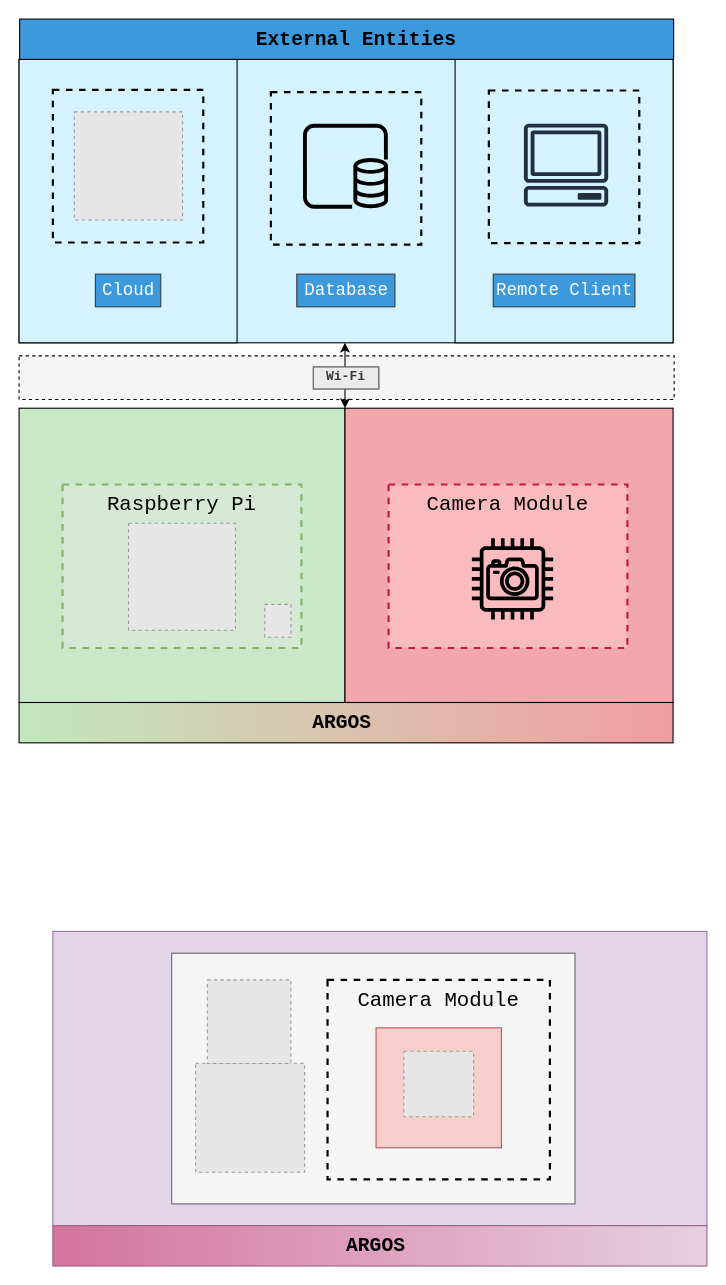
The draw.io diagram 2. Analysis/1. System Overview/system_overview.drawio in esrg-silent-howl/argos, before the edit. Source tidied: cells renumbered, new cells numbered last; positions are measured from the earlier drawing's top-left corner, leaving out a move shared by most shapes. Both pictures are drawn from the tidied source at 109%, with x=0, y=0 at pixel (19, 19). Pictures stored in the file or linked from it are replaced by grey dashed boxes.
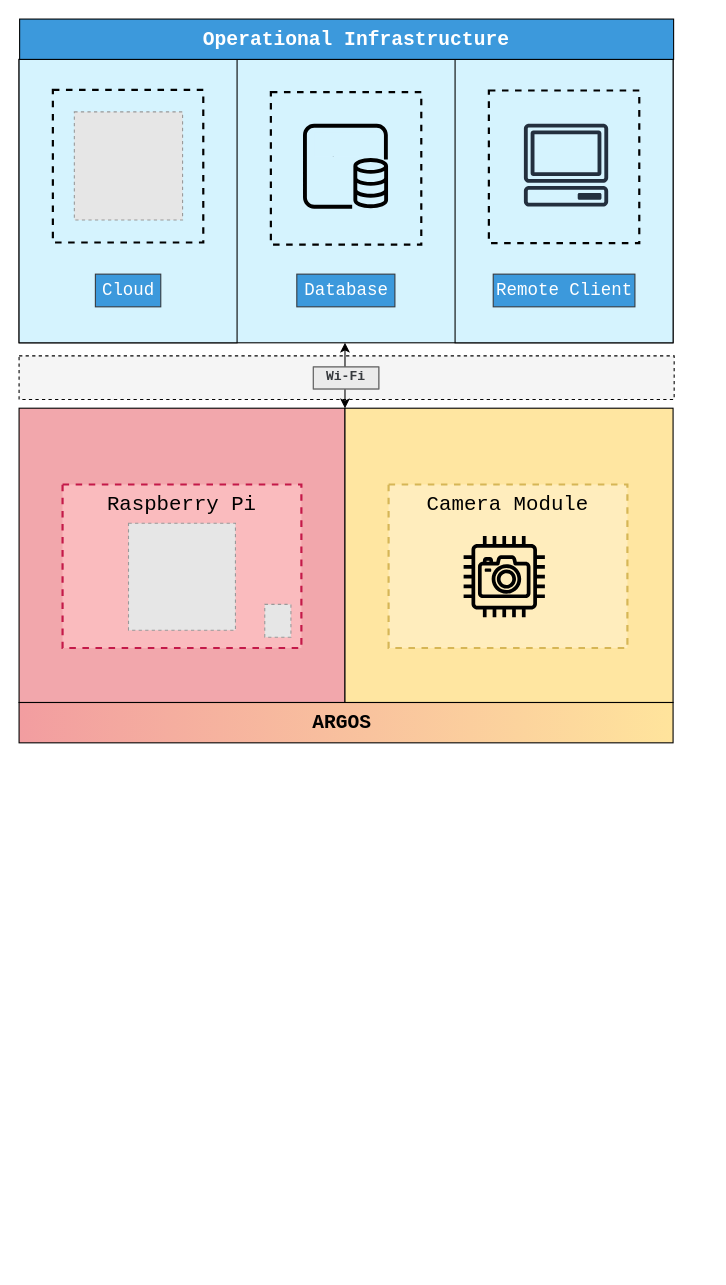
The same diagram, later.

Commit message (it also covers changes not shown here):
ADD: Minor aesthetic and functional tweaks in the software architecture schematic

Diff of the diagram source:
```diff
@@
-    <mxCell id="2" style="rounded=0;whiteSpace=wrap;html=1;fontFamily=Courier New;fillColor=#C8E8C8;" parent="1" vertex="1">
+    <mxCell id="2" style="rounded=0;whiteSpace=wrap;html=1;fontFamily=Courier New;fillColor=#F2A7AC;" parent="1" vertex="1">
       <mxGeometry y="357" width="299" height="270" as="geometry" />
     </mxCell>
-    <mxCell id="3" style="rounded=0;whiteSpace=wrap;html=1;fontFamily=Courier New;fillColor=#F2A7AC;" parent="1" vertex="1">
+    <mxCell id="3" style="rounded=0;whiteSpace=wrap;html=1;fontFamily=Courier New;fillColor=#FFE6A1;" parent="1" vertex="1">
       <mxGeometry x="299" y="357" width="301" height="270" as="geometry" />
     </mxCell>
-    <mxCell id="4" value="&lt;span style=&quot;font-family: &amp;#34;consolas&amp;#34;&quot;&gt;Raspberry Pi&lt;/span&gt;" style="rounded=0;whiteSpace=wrap;html=1;dashed=1;strokeWidth=2;verticalAlign=top;fontSize=19;align=center;spacingLeft=0;fillColor=#d5e8d4;strokeColor=#82b366;" parent="1" vertex="1">
+    <mxCell id="4" value="&lt;span style=&quot;font-family: &amp;#34;consolas&amp;#34;&quot;&gt;Raspberry Pi&lt;/span&gt;" style="rounded=0;whiteSpace=wrap;html=1;dashed=1;strokeWidth=2;verticalAlign=top;fontSize=19;align=center;spacingLeft=0;fillColor=#FABBBE;strokeColor=#C41949;" parent="1" vertex="1">
       <mxGeometry x="39.9" y="427" width="219.1" height="150" as="geometry" />
     </mxCell>
@@
-    <mxCell id="15" value="&lt;font style=&quot;font-size: 18px&quot;&gt;&lt;b style=&quot;font-size: 18px&quot;&gt;External Entities&lt;/b&gt;&lt;/font&gt;" style="text;html=1;align=center;verticalAlign=middle;fillColor=none;strokeColor=none;fontFamily=consolas;fontSize=18;" parent="1" vertex="1">
-      <mxGeometry x="218.5" y="3.5" width="180" height="30" as="geometry" />
+    <mxCell id="15" value="&lt;font style=&quot;font-size: 18px&quot;&gt;&lt;b style=&quot;font-size: 18px&quot;&gt;Operational Infrastructure&lt;/b&gt;&lt;/font&gt;" style="text;html=1;align=center;verticalAlign=middle;fillColor=none;strokeColor=none;fontFamily=consolas;fontSize=18;fontColor=#FFFFFF;" parent="1" vertex="1">
+      <mxGeometry x="173.5" y="3.5" width="270" height="30" as="geometry" />
     </mxCell>
-    <mxCell id="16" style="rounded=0;whiteSpace=wrap;html=1;fontFamily=Courier New;gradientDirection=east;gradientColor=#F29DA0;fillColor=#C2E8BC;" parent="1" vertex="1">
+    <mxCell id="16" style="rounded=0;whiteSpace=wrap;html=1;fontFamily=Courier New;gradientDirection=west;gradientColor=#F29DA0;fillColor=#FFE49C;" parent="1" vertex="1">
       <mxGeometry y="627" width="600" height="37" as="geometry" />
     </mxCell>
@@
-    <mxCell id="26" style="rounded=0;whiteSpace=wrap;html=1;fontFamily=Courier New;fillColor=#e1d5e7;strokeColor=#9673A6;" parent="1" vertex="1">
-      <mxGeometry x="31" y="837" width="600" height="270" as="geometry" />
-    </mxCell>
-    <mxCell id="27" style="rounded=0;whiteSpace=wrap;html=1;fontFamily=Courier New;rotation=0;fillColor=#f5f5f5;strokeColor=#666666;fontColor=#333333;" parent="1" vertex="1">
-      <mxGeometry x="140" y="857" width="370" height="230" as="geometry" />
-    </mxCell>
-    <mxCell id="28" value="&lt;font face=&quot;Consolas&quot; style=&quot;font-size: 19px;&quot;&gt;Camera Module&lt;/font&gt;" style="rounded=0;whiteSpace=wrap;html=1;fillColor=none;dashed=1;strokeWidth=2;verticalAlign=top;fontSize=19;" parent="1" vertex="1">
-      <mxGeometry x="283" y="881.5" width="204" height="183" as="geometry" />
-    </mxCell>
-    <mxCell id="29" style="rounded=0;whiteSpace=wrap;html=1;fontFamily=Courier New;gradientDirection=west;fillColor=#e6d0de;strokeColor=#996185;gradientColor=#d5739d;" parent="1" vertex="1">
-      <mxGeometry x="31" y="1107" width="600" height="37" as="geometry" />
-    </mxCell>
-    <mxCell id="30" value="&lt;span style=&quot;font-size: 18px&quot;&gt;ARGOS&lt;/span&gt;" style="text;html=1;align=center;verticalAlign=middle;whiteSpace=wrap;rounded=0;fontFamily=consolas;fontSize=18;fontStyle=1;fillColor=none;strokeColor=none;" parent="1" vertex="1">
-      <mxGeometry x="198" y="1112" width="259" height="27" as="geometry" />
-    </mxCell>
-    <mxCell id="31" style="fillColor=#E6E6E6;strokeColor=#999999;dashed=1;verticalLabelPosition=bottom;labelBackgroundColor=#ffffff;verticalAlign=top;fontColor=#006600;" parent="1" vertex="1">
-      <mxGeometry x="162" y="958" width="100" height="100" as="geometry" />
-    </mxCell>
-    <mxCell id="32" style="fillColor=#E6E6E6;strokeColor=#999999;dashed=1;" parent="1" vertex="1">
-      <mxGeometry x="172.7" y="881.5" width="76.7" height="76.7" as="geometry" />
-    </mxCell>
-    <mxCell id="33" style="rounded=0;whiteSpace=wrap;html=1;fontFamily=Courier New;rotation=0;fillColor=#f8cecc;strokeColor=#b85450;" parent="1" vertex="1">
-      <mxGeometry x="327.5" y="925.5" width="115" height="110" as="geometry" />
-    </mxCell>
-    <mxCell id="34" style="fillColor=#E6E6E6;strokeColor=#999999;dashed=1;verticalLabelPosition=bottom;labelBackgroundColor=#ffffff;verticalAlign=top;" parent="1" vertex="1">
-      <mxGeometry x="353" y="947" width="64" height="60" as="geometry" />
-    </mxCell>
-    <mxCell id="35" value="&lt;span style=&quot;font-family: &amp;#34;consolas&amp;#34;&quot;&gt;Camera Module&lt;/span&gt;" style="rounded=0;whiteSpace=wrap;html=1;dashed=1;strokeWidth=2;verticalAlign=top;fontSize=19;align=center;spacingLeft=0;strokeColor=#C41949;fillColor=#FABBBE;" parent="1" vertex="1">
+    <mxCell id="35" value="&lt;span style=&quot;font-family: &amp;#34;consolas&amp;#34;&quot;&gt;Camera Module&lt;/span&gt;" style="rounded=0;whiteSpace=wrap;html=1;dashed=1;strokeWidth=2;verticalAlign=top;fontSize=19;align=center;spacingLeft=0;strokeColor=#d6b656;fillColor=#FFEDBD;" parent="1" vertex="1">
       <mxGeometry x="339" y="427" width="219.1" height="150" as="geometry" />
     </mxCell>
@@
     <mxCell id="38" style="dashed=0;verticalLabelPosition=bottom;verticalAlign=top;align=center;html=1;fontSize=12;fontStyle=0;shape=mxgraph.aws4.resourceIcon;resIcon=mxgraph.aws4.camera;fillColor=none;" parent="1" vertex="1">
-      <mxGeometry x="406.1" y="467" width="93.2" height="93.2" as="geometry" />
+      <mxGeometry x="398.5" y="465" width="93.2" height="93.2" as="geometry" />
     </mxCell>
```
